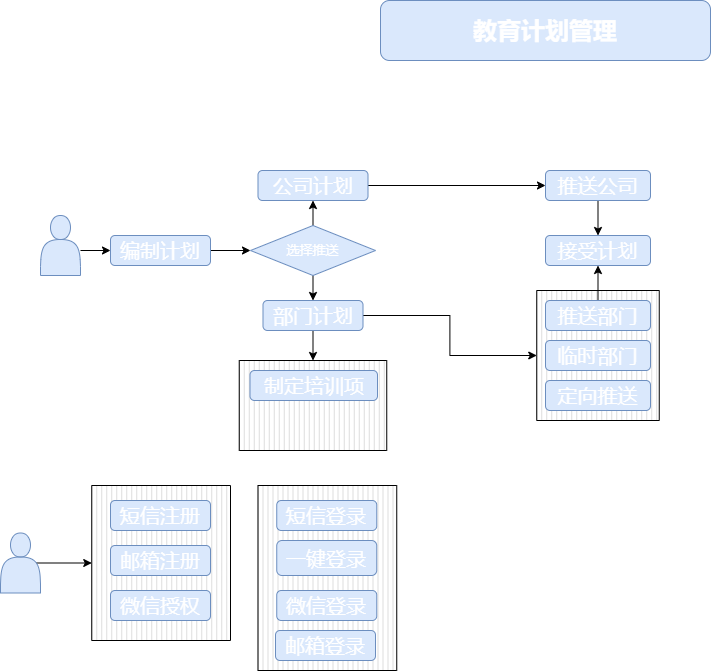
The draw.io diagram Untitled Diagram.drawio.png in lenonjone/Toolkits, before a commit. Source tidied: cells renumbered, new cells last; positions are measured from the earlier drawing's top-left corner, leaving out a move shared by most shapes.
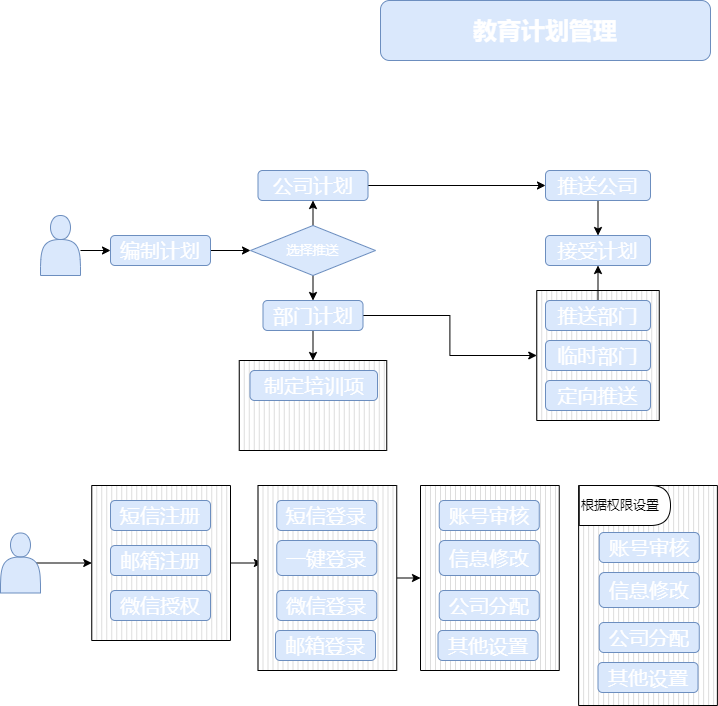
The same diagram one commit later.

What changed in the source:
```diff
@@ -2,6 +2,9 @@
   <root>
     <mxCell id="0" />
     <mxCell id="1" parent="0" />
+    <mxCell id="36" style="edgeStyle=orthogonalEdgeStyle;rounded=0;jettySize=auto;html=1;exitX=1;exitY=0.5;exitDx=0;exitDy=0;exitPerimeter=0;entryX=0.032;entryY=0.422;entryDx=0;entryDy=0;entryPerimeter=0;fontSize=13;fontColor=#FFFFFF;" parent="1" edge="1" source="2" target="31">
+      <mxGeometry relative="1" as="geometry" />
+    </mxCell>
     <mxCell id="2" style="verticalLabelPosition=bottom;verticalAlign=top;html=1;shape=mxgraph.basic.patternFillRect;fillStyle=vert;step=5;fillStrokeWidth=0.2;fillStrokeColor=#dddddd;fontSize=13;fontColor=#FFFFFF;" parent="1" vertex="1">
       <mxGeometry x="91.2" y="485" width="138.8" height="155" as="geometry" />
     </mxCell>
@@ -91,6 +94,9 @@
     <mxCell id="30" value="微信授权" style="rounded=1;whiteSpace=wrap;html=1;fillColor=#dae8fc;strokeColor=#6c8ebf;fontColor=#FFFFFF;fontStyle=0;fontSize=20;" parent="1" vertex="1">
       <mxGeometry x="110" y="590" width="100" height="30" as="geometry" />
     </mxCell>
+    <mxCell id="37" style="edgeStyle=orthogonalEdgeStyle;rounded=0;jettySize=auto;html=1;exitX=1;exitY=0.5;exitDx=0;exitDy=0;exitPerimeter=0;entryX=0;entryY=0.5;entryDx=0;entryDy=0;entryPerimeter=0;fontSize=13;fontColor=#FFFFFF;" parent="1" edge="1" source="31" target="38">
+      <mxGeometry relative="1" as="geometry" />
+    </mxCell>
     <mxCell id="31" style="verticalLabelPosition=bottom;verticalAlign=top;html=1;shape=mxgraph.basic.patternFillRect;fillStyle=vert;step=5;fillStrokeWidth=0.2;fillStrokeColor=#dddddd;fontSize=13;fontColor=#FFFFFF;" parent="1" vertex="1">
       <mxGeometry x="257.5" y="485" width="138.8" height="185" as="geometry" />
     </mxCell>
@@ -106,5 +112,38 @@
     <mxCell id="35" value="邮箱登录" style="rounded=1;whiteSpace=wrap;html=1;fillColor=#dae8fc;strokeColor=#6c8ebf;fontColor=#FFFFFF;fontStyle=0;fontSize=20;" parent="1" vertex="1">
       <mxGeometry x="275" y="630" width="100" height="30" as="geometry" />
     </mxCell>
+    <mxCell id="38" style="verticalLabelPosition=bottom;verticalAlign=top;html=1;shape=mxgraph.basic.patternFillRect;fillStyle=vert;step=5;fillStrokeWidth=0.2;fillStrokeColor=#dddddd;fontSize=13;fontColor=#FFFFFF;" parent="1" vertex="1">
+      <mxGeometry x="420" y="485" width="138.8" height="185" as="geometry" />
+    </mxCell>
+    <mxCell id="39" value="账号审核" style="rounded=1;whiteSpace=wrap;html=1;fillColor=#dae8fc;strokeColor=#6c8ebf;fontColor=#FFFFFF;fontStyle=0;fontSize=20;" parent="1" vertex="1">
+      <mxGeometry x="438.8" y="500" width="100" height="30" as="geometry" />
+    </mxCell>
+    <mxCell id="40" value="信息修改" style="rounded=1;whiteSpace=wrap;html=1;fillColor=#dae8fc;strokeColor=#6c8ebf;fontColor=#FFFFFF;fontStyle=0;fontSize=20;" parent="1" vertex="1">
+      <mxGeometry x="438.8" y="540" width="100" height="35" as="geometry" />
+    </mxCell>
+    <mxCell id="41" value="公司分配" style="rounded=1;whiteSpace=wrap;html=1;fillColor=#dae8fc;strokeColor=#6c8ebf;fontColor=#FFFFFF;fontStyle=0;fontSize=20;" parent="1" vertex="1">
+      <mxGeometry x="438.8" y="590" width="100" height="30" as="geometry" />
+    </mxCell>
+    <mxCell id="42" value="其他设置" style="rounded=1;whiteSpace=wrap;html=1;fillColor=#dae8fc;strokeColor=#6c8ebf;fontColor=#FFFFFF;fontStyle=0;fontSize=20;" parent="1" vertex="1">
+      <mxGeometry x="437.5" y="630" width="100" height="30" as="geometry" />
+    </mxCell>
+    <mxCell id="43" style="verticalLabelPosition=bottom;verticalAlign=top;html=1;shape=mxgraph.basic.patternFillRect;fillStyle=vert;step=5;fillStrokeWidth=0.2;fillStrokeColor=#dddddd;fontSize=13;fontColor=#FFFFFF;" parent="1" vertex="1">
+      <mxGeometry x="578.1" y="485" width="138.8" height="220" as="geometry" />
+    </mxCell>
+    <mxCell id="44" value="账号审核" style="rounded=1;whiteSpace=wrap;html=1;fillColor=#dae8fc;strokeColor=#6c8ebf;fontColor=#FFFFFF;fontStyle=0;fontSize=20;" parent="1" vertex="1">
+      <mxGeometry x="598.8" y="532" width="100" height="30" as="geometry" />
+    </mxCell>
+    <mxCell id="45" value="信息修改" style="rounded=1;whiteSpace=wrap;html=1;fillColor=#dae8fc;strokeColor=#6c8ebf;fontColor=#FFFFFF;fontStyle=0;fontSize=20;" parent="1" vertex="1">
+      <mxGeometry x="598.8" y="572" width="100" height="35" as="geometry" />
+    </mxCell>
+    <mxCell id="46" value="公司分配" style="rounded=1;whiteSpace=wrap;html=1;fillColor=#dae8fc;strokeColor=#6c8ebf;fontColor=#FFFFFF;fontStyle=0;fontSize=20;" parent="1" vertex="1">
+      <mxGeometry x="598.8" y="622" width="100" height="30" as="geometry" />
+    </mxCell>
+    <mxCell id="47" value="其他设置" style="rounded=1;whiteSpace=wrap;html=1;fillColor=#dae8fc;strokeColor=#6c8ebf;fontColor=#FFFFFF;fontStyle=0;fontSize=20;" parent="1" vertex="1">
+      <mxGeometry x="597.5" y="662" width="100" height="30" as="geometry" />
+    </mxCell>
+    <mxCell id="48" value="根据权限设置" style="shape=delay;whiteSpace=wrap;html=1;fontSize=13;fontColor=#000000;align=left;" parent="1" vertex="1">
+      <mxGeometry x="578.8" y="485" width="91.2" height="40" as="geometry" />
+    </mxCell>
   </root>
 </mxGraphModel>
```
